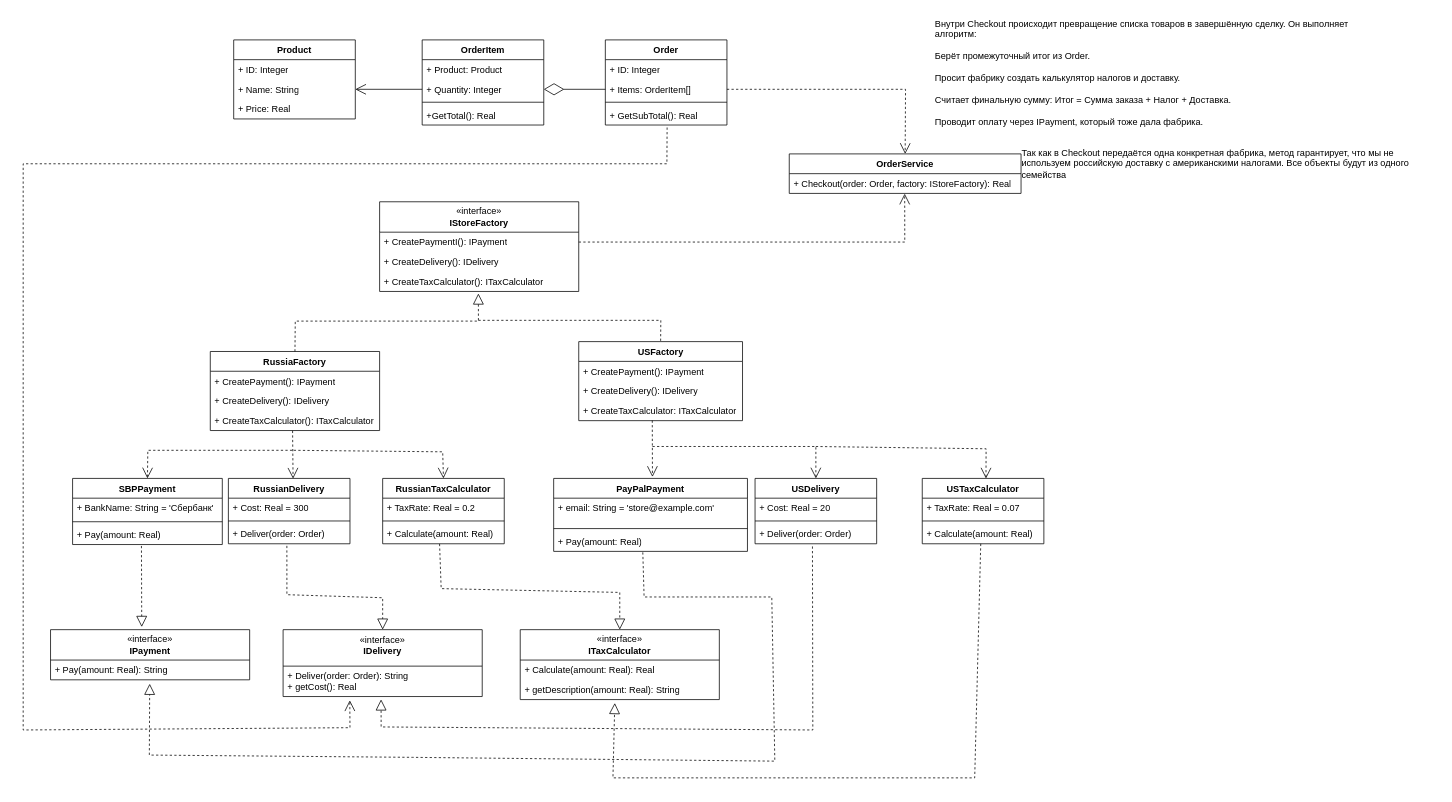
This is lab01/docs/ооап1.drawio from razzgrape/Object-oriented-analysis-and-design-2, a draw.io file, before an edit. Source tidied: cells renumbered, new cells numbered last; positions are measured from the earlier drawing's top-left corner, leaving out a move shared by most shapes. Both pictures are drawn from the tidied source at 76%, with x=0, y=0 at pixel (23, 13).
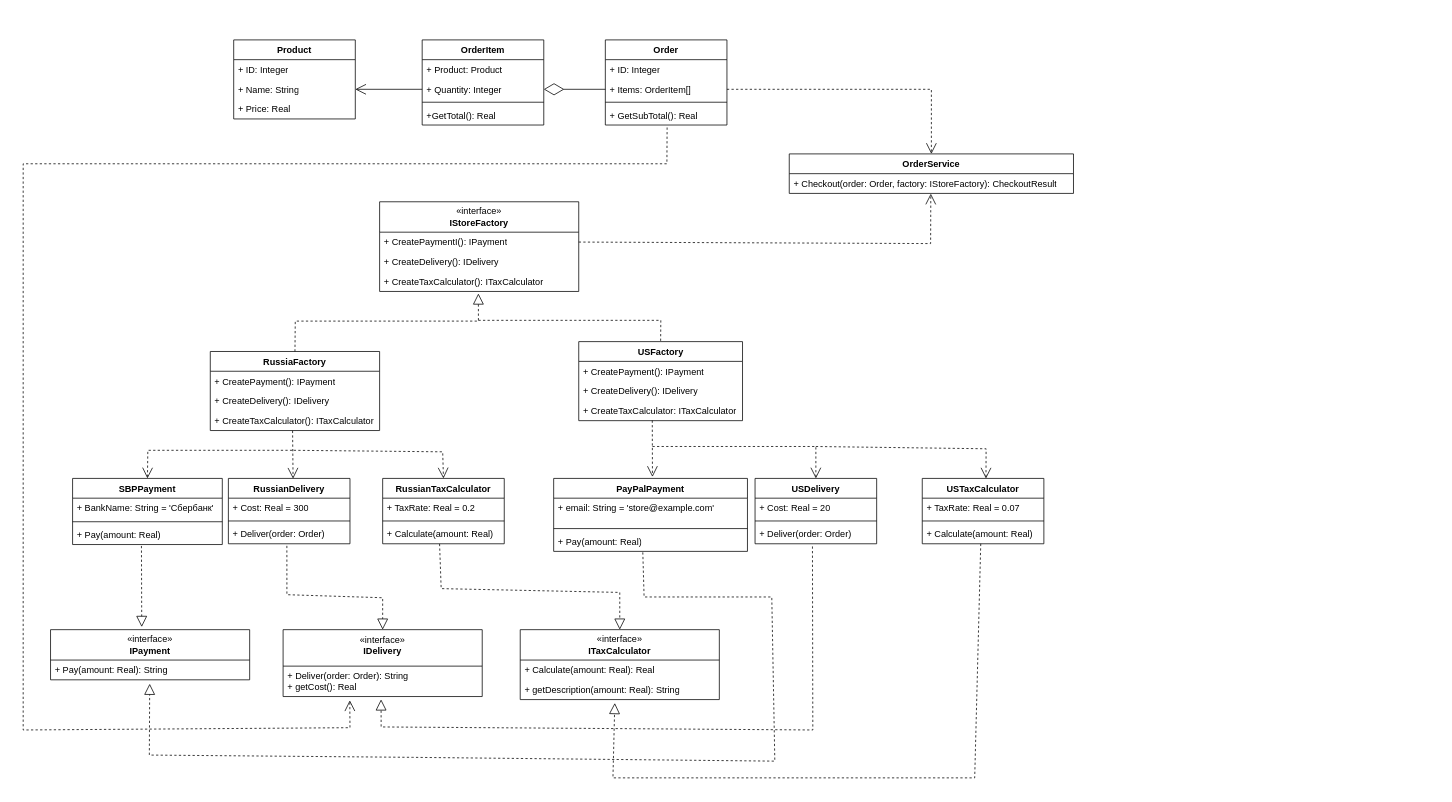
After the change.

Commit message (it also covers changes not shown here):
upd: diag class

The change refers to these unchanged cells:
```xml
<mxCell id="3" value="+ CreatePaymentI(): IPayment" style="text;strokeColor=none;fillColor=none;align=left;verticalAlign=top;spacingLeft=4;spacingRight=4;overflow=hidden;points=[[0,0.5],[1,0.5]];portConstraint=eastwest;whiteSpace=wrap;html=1;" parent="2" vertex="1">
  <mxGeometry y="40" width="262" height="26" as="geometry" />
</mxCell>
<mxCell id="17" value="+ Items: OrderItem[]" style="text;strokeColor=none;fillColor=none;align=left;verticalAlign=top;spacingLeft=4;spacingRight=4;overflow=hidden;points=[[0,0.5],[1,0.5]];portConstraint=eastwest;whiteSpace=wrap;html=1;" parent="15" vertex="1">
  <mxGeometry y="52" width="160" height="26" as="geometry" />
</mxCell>
```

The edit, as a diff of the source:
```diff
@@
     <mxCell id="61" value="OrderService" style="swimlane;fontStyle=1;align=center;verticalAlign=top;horizontal=1;startSize=26;whiteSpace=wrap;html=1;" parent="1" vertex="1">
-      <mxGeometry x="1008" y="185" width="305" height="52" as="geometry" />
+      <mxGeometry x="1008" y="185" width="374" height="52" as="geometry" />
     </mxCell>
-    <mxCell id="62" value="+ Checkout(order: Order, factory: IStoreFactory): Real" style="text;strokeColor=none;fillColor=none;align=left;verticalAlign=top;spacingLeft=4;spacingRight=4;overflow=hidden;points=[[0,0.5],[1,0.5]];portConstraint=eastwest;whiteSpace=wrap;html=1;" parent="61" vertex="1">
-      <mxGeometry y="26" width="305" height="26" as="geometry" />
+    <mxCell id="62" value="+ Checkout(order: Order, factory: IStoreFactory): CheckoutResult" style="text;strokeColor=none;fillColor=none;align=left;verticalAlign=top;spacingLeft=4;spacingRight=4;overflow=hidden;points=[[0,0.5],[1,0.5]];portConstraint=eastwest;whiteSpace=wrap;html=1;" parent="61" vertex="1">
+      <mxGeometry y="26" width="374" height="26" as="geometry" />
     </mxCell>
     <mxCell id="63" style="endArrow=open;endSize=12;dashed=1;html=1;rounded=0;exitX=1;exitY=0.5;exitDx=0;exitDy=0;entryX=0.5;entryY=0;entryDx=0;entryDy=0;" parent="1" edge="1" source="17" target="61">
       <mxGeometry relative="1" as="geometry">
         <Array as="points">
-          <mxPoint x="1161" y="100" />
+          <mxPoint x="1195" y="100" />
         </Array>
       </mxGeometry>
     </mxCell>
     <mxCell id="64" style="endArrow=open;endSize=12;dashed=1;html=1;rounded=0;exitX=1;exitY=0.5;exitDx=0;exitDy=0;entryX=0.498;entryY=1.013;entryDx=0;entryDy=0;entryPerimeter=0;" parent="1" edge="1" source="3" target="62">
       <mxGeometry relative="1" as="geometry">
         <Array as="points">
-          <mxPoint x="1160" y="301" />
+          <mxPoint x="1194" y="303" />
         </Array>
       </mxGeometry>
     </mxCell>
@@
-    <mxCell id="80" value="Внутри Checkout происходит превращение списка товаров в завершённую сделку. Он выполняет алгоритм:&lt;br&gt;&lt;br&gt;Берёт промежуточный итог из Order.&lt;br&gt;&lt;br&gt;Просит фабрику создать калькулятор налогов и доставку.&lt;br&gt;&lt;br&gt;Считает финальную сумму: Итог = Сумма заказа + Налог + Доставка.&lt;br&gt;&lt;br&gt;Проводит оплату через IPayment, который тоже дала фабрика." style="text;whiteSpace=wrap;html=1;" parent="1" vertex="1">
-      <mxGeometry x="1198" width="550" height="166" as="geometry" />
-    </mxCell>
-    <mxCell id="81" value="Так как в Checkout передаётся одна конкретная фабрика, метод гарантирует, что мы не используем российскую доставку с американскими налогами. Все объекты будут из одного&lt;div&gt;семейства&lt;/div&gt;" style="text;whiteSpace=wrap;html=1;" parent="1" vertex="1">
-      <mxGeometry x="1312" y="170" width="550" height="65" as="geometry" />
-    </mxCell>
```
